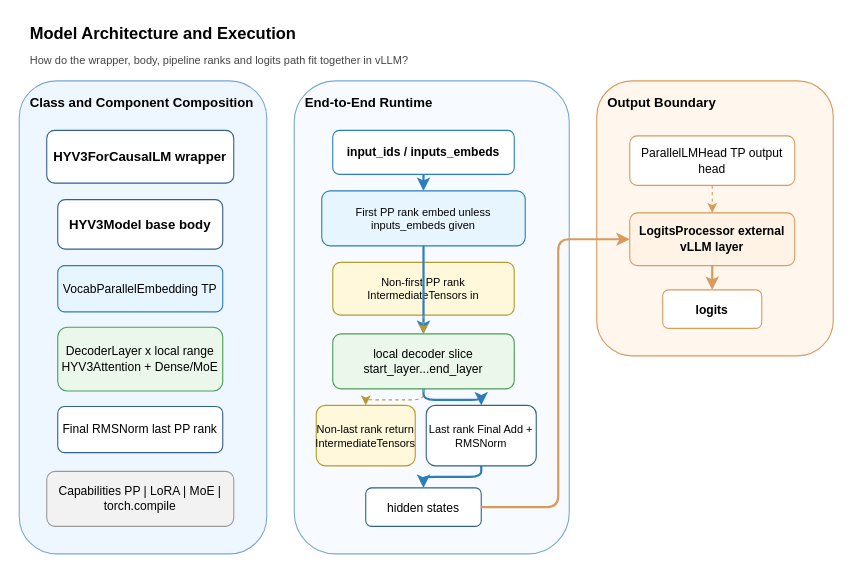
The draw.io diagram page "Model Architecture and Execution" (1 of 4) of examples/hy_v3/architecture.drawio in junjiewang253-ctrl/vllm-architecture-agent, before the edit. Source tidied: cells renumbered, new cells numbered last; positions are measured from the earlier drawing's top-left corner, leaving out a move shared by most shapes. Both pictures are drawn from the tidied source at 110%, with x=0, y=0 at pixel (19, 19).
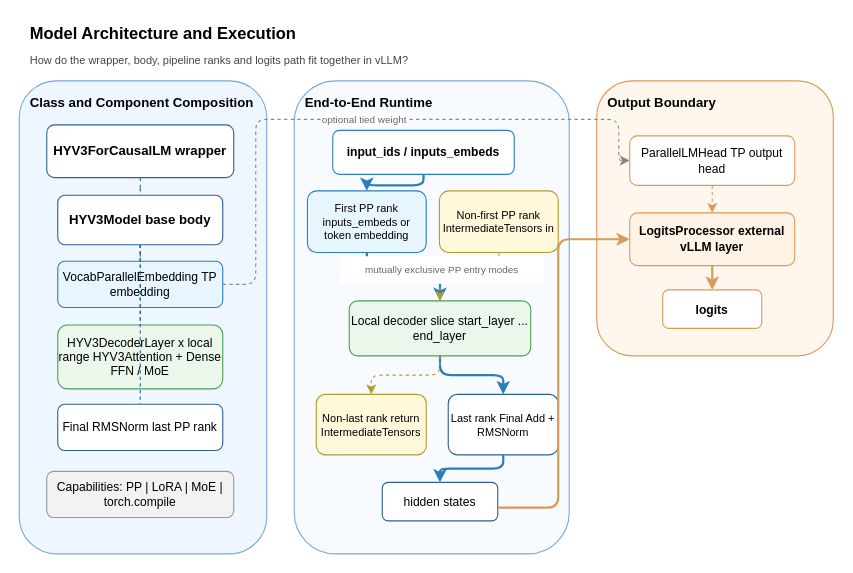
After the change.

The change refers to these unchanged cells:
```xml
<mxCell id="19" value="ParallelLMHead TP output head" style="rounded=1;whiteSpace=wrap;fillColor=#ffffff;strokeColor=#d99a5b;fontSize=11;" parent="1" vertex="1">
  <mxGeometry x="555" y="106" width="150" height="45" as="geometry" />
</mxCell>
```

The edit, as a diff of the source:
```diff
@@
     <mxCell id="6" value="HYV3ForCausalLM wrapper" style="rounded=1;whiteSpace=wrap;fillColor=#ffffff;strokeColor=#315f8f;fontStyle=1;fontSize=12;" parent="1" vertex="1">
-      <mxGeometry x="25" y="101" width="170" height="48" as="geometry" />
+      <mxGeometry x="25" y="96" width="170" height="48" as="geometry" />
     </mxCell>
     <mxCell id="7" value="HYV3Model base body" style="rounded=1;whiteSpace=wrap;fillColor=#ffffff;strokeColor=#315f8f;fontStyle=1;fontSize=12;" parent="1" vertex="1">
-      <mxGeometry x="35" y="164" width="150" height="45" as="geometry" />
+      <mxGeometry x="35" y="160" width="150" height="45" as="geometry" />
     </mxCell>
-    <mxCell id="8" value="VocabParallelEmbedding TP" style="rounded=1;whiteSpace=wrap;fillColor=#e7f5ff;strokeColor=#2b7dbd;fontSize=11;" parent="1" vertex="1">
-      <mxGeometry x="35" y="224" width="150" height="42" as="geometry" />
+    <mxCell id="8" value="VocabParallelEmbedding TP embedding" style="rounded=1;whiteSpace=wrap;fillColor=#e7f5ff;strokeColor=#2b7dbd;fontSize=11;" parent="1" vertex="1">
+      <mxGeometry x="35" y="220" width="150" height="42" as="geometry" />
     </mxCell>
-    <mxCell id="9" value="DecoderLayer x local range HYV3Attention + Dense/MoE" style="rounded=1;whiteSpace=wrap;fillColor=#eaf7ea;strokeColor=#4b9d58;fontSize=11;" parent="1" vertex="1">
-      <mxGeometry x="35" y="280" width="150" height="58" as="geometry" />
+    <mxCell id="9" value="HYV3DecoderLayer x local range HYV3Attention + Dense FFN / MoE" style="rounded=1;whiteSpace=wrap;fillColor=#eaf7ea;strokeColor=#4b9d58;fontSize=11;" parent="1" vertex="1">
+      <mxGeometry x="35" y="278" width="150" height="58" as="geometry" />
     </mxCell>
     <mxCell id="10" value="Final RMSNorm last PP rank" style="rounded=1;whiteSpace=wrap;fillColor=#ffffff;strokeColor=#315f8f;fontSize=11;" parent="1" vertex="1">
-      <mxGeometry x="35" y="352" width="150" height="42" as="geometry" />
+      <mxGeometry x="35" y="350" width="150" height="42" as="geometry" />
     </mxCell>
-    <mxCell id="11" value="Capabilities PP | LoRA | MoE | torch.compile" style="rounded=1;whiteSpace=wrap;fillColor=#f2f2f2;strokeColor=#999999;fontSize=11;" parent="1" vertex="1">
-      <mxGeometry x="25" y="411" width="170" height="50" as="geometry" />
+    <mxCell id="11" value="Capabilities: PP | LoRA | MoE | torch.compile" style="rounded=1;whiteSpace=wrap;fillColor=#f2f2f2;strokeColor=#999999;fontSize=11;" parent="1" vertex="1">
+      <mxGeometry x="25" y="411" width="170" height="42" as="geometry" />
     </mxCell>
@@
-    <mxCell id="13" value="First PP rank embed unless inputs_embeds given" style="rounded=1;whiteSpace=wrap;fillColor=#e7f5ff;strokeColor=#2b7dbd;fontSize=10;" parent="1" vertex="1">
-      <mxGeometry x="275" y="156" width="185" height="50" as="geometry" />
+    <mxCell id="13" value="First PP rank inputs_embeds or token embedding" style="rounded=1;whiteSpace=wrap;fillColor=#e7f5ff;strokeColor=#2b7dbd;fontSize=10;" parent="1" vertex="1">
+      <mxGeometry x="262" y="156" width="108" height="56" as="geometry" />
     </mxCell>
     <mxCell id="14" value="Non-first PP rank IntermediateTensors in" style="rounded=1;whiteSpace=wrap;fillColor=#fff8db;strokeColor=#b59a2f;fontSize=10;" parent="1" vertex="1">
-      <mxGeometry x="285" y="221" width="165" height="48" as="geometry" />
+      <mxGeometry x="382" y="156" width="108" height="56" as="geometry" />
     </mxCell>
-    <mxCell id="15" value="local decoder slice start_layer...end_layer" style="rounded=1;whiteSpace=wrap;fillColor=#eaf7ea;strokeColor=#4b9d58;fontSize=11;" parent="1" vertex="1">
-      <mxGeometry x="285" y="286" width="165" height="50" as="geometry" />
+    <mxCell id="15" value="Local decoder slice start_layer ... end_layer" style="rounded=1;whiteSpace=wrap;fillColor=#eaf7ea;strokeColor=#4b9d58;fontSize=11;" parent="1" vertex="1">
+      <mxGeometry x="300" y="256" width="165" height="50" as="geometry" />
     </mxCell>
     <mxCell id="16" value="Non-last rank return IntermediateTensors" style="rounded=1;whiteSpace=wrap;fillColor=#fff8db;strokeColor=#b59a2f;fontSize=10;" parent="1" vertex="1">
-      <mxGeometry x="270" y="351" width="90" height="55" as="geometry" />
+      <mxGeometry x="270" y="341" width="100" height="55" as="geometry" />
     </mxCell>
     <mxCell id="17" value="Last rank Final Add + RMSNorm" style="rounded=1;whiteSpace=wrap;fillColor=#ffffff;strokeColor=#315f8f;fontSize=10;" parent="1" vertex="1">
-      <mxGeometry x="370" y="351" width="100" height="55" as="geometry" />
+      <mxGeometry x="390" y="341" width="100" height="55" as="geometry" />
     </mxCell>
     <mxCell id="18" value="hidden states" style="rounded=1;whiteSpace=wrap;fillColor=#ffffff;strokeColor=#315f8f;fontSize=11;" parent="1" vertex="1">
-      <mxGeometry x="315" y="426" width="105" height="35" as="geometry" />
+      <mxGeometry x="330" y="421" width="105" height="35" as="geometry" />
     </mxCell>
@@
+    <mxCell id="32" style="endArrow=none;edgeStyle=orthogonalEdgeStyle;strokeColor=#315f8f;dashed=1;" parent="1" edge="1" source="6" target="7">
+      <mxGeometry relative="1" as="geometry" />
+    </mxCell>
+    <mxCell id="33" style="endArrow=none;edgeStyle=orthogonalEdgeStyle;strokeColor=#315f8f;dashed=1;" parent="1" edge="1" source="7" target="8">
+      <mxGeometry relative="1" as="geometry" />
+    </mxCell>
+    <mxCell id="34" style="endArrow=none;edgeStyle=orthogonalEdgeStyle;strokeColor=#315f8f;dashed=1;" parent="1" edge="1" source="7" target="9">
+      <mxGeometry relative="1" as="geometry" />
+    </mxCell>
+    <mxCell id="35" style="endArrow=none;edgeStyle=orthogonalEdgeStyle;strokeColor=#315f8f;dashed=1;" parent="1" edge="1" source="7" target="10">
+      <mxGeometry relative="1" as="geometry" />
+    </mxCell>
+    <mxCell id="36" value="optional tied weight" style="endArrow=classic;edgeStyle=orthogonalEdgeStyle;strokeColor=#888888;dashed=1;fontSize=9;fontColor=#666666;" parent="1" edge="1" source="8" target="19">
+      <mxGeometry relative="1" as="geometry">
+        <Array as="points">
+          <mxPoint x="215" y="241" />
+          <mxPoint x="215" y="91" />
+          <mxPoint x="545" y="91" />
+        </Array>
+      </mxGeometry>
+    </mxCell>
+    <mxCell id="37" value="mutually exclusive PP entry modes" style="rounded=0;whiteSpace=wrap;fillColor=#ffffff;strokeColor=#ffffff;fontSize=9;fontColor=#666666;align=center;" parent="1" vertex="1">
+      <mxGeometry x="292" y="216" width="185" height="24" as="geometry" />
+    </mxCell>
```
